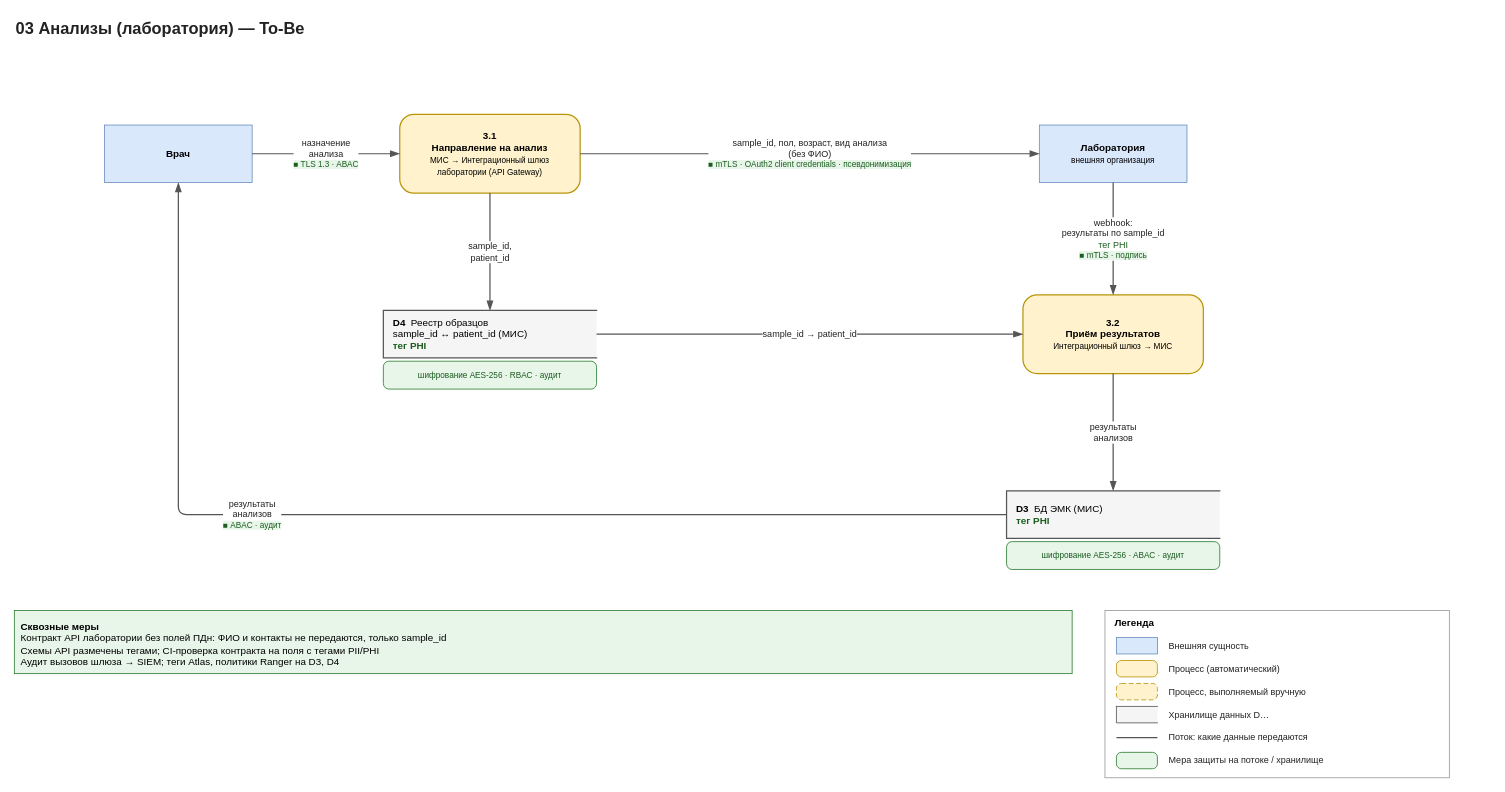
Before: page "To-Be" (2 of 2) of Task1/dfd/03-analizy.drawio in iudanet/architecture-medikamente, a draw.io diagram. Source tidied: cells renumbered, new cells numbered last; positions are measured from the earlier drawing's top-left corner, leaving out a move shared by most shapes. Both pictures are drawn from the tidied source at 82%, with x=0, y=0 at pixel (14, 14).
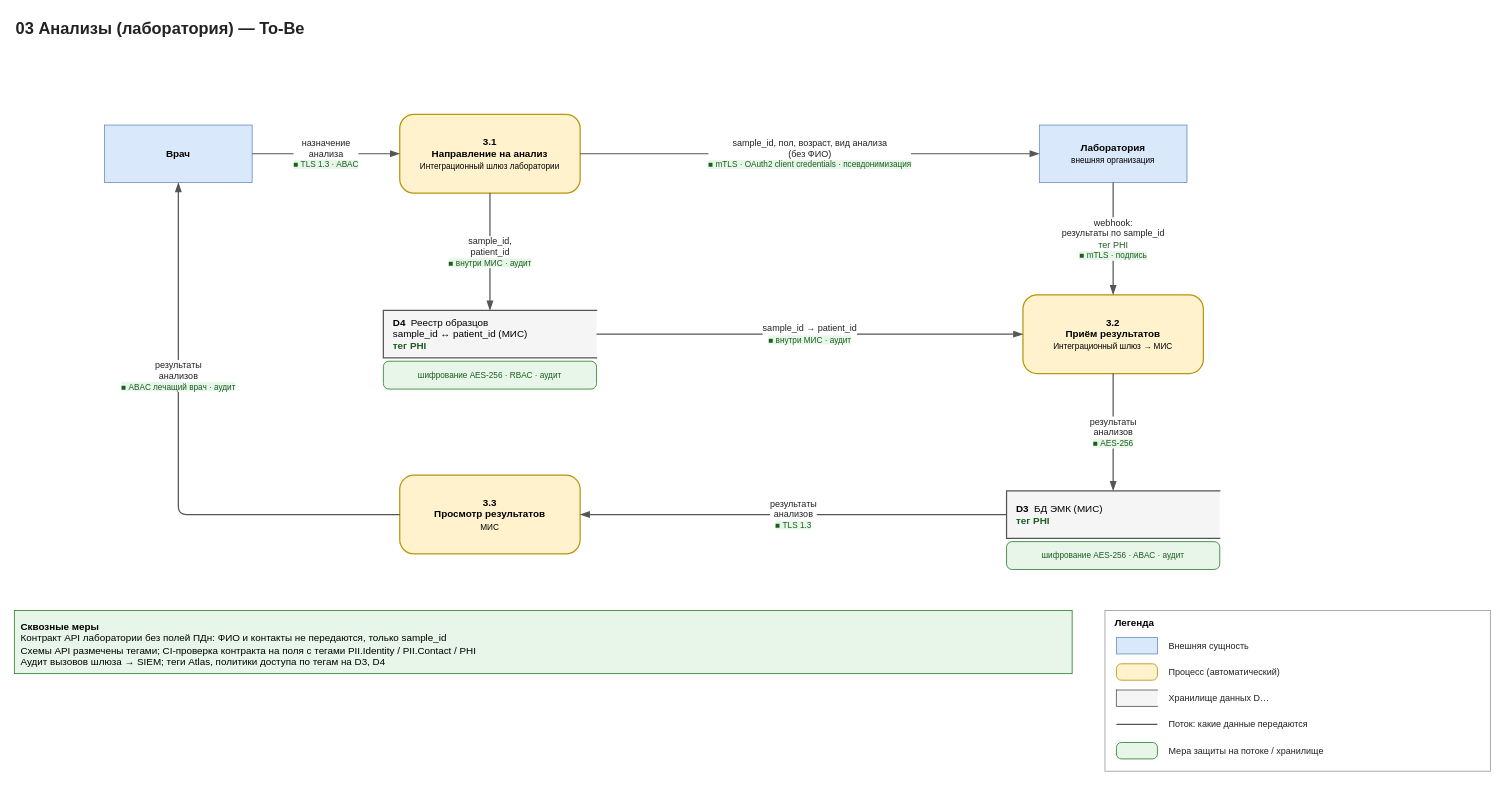
After the change.

The change refers to these unchanged cells:
```xml
<mxCell id="3" value="&lt;b&gt;Врач&lt;/b&gt;" style="rounded=0;whiteSpace=wrap;html=1;fillColor=#DAE8FC;strokeColor=#6C8EBF;fontSize=12;spacing=4;" parent="1" vertex="1">
  <mxGeometry x="110" y="135" width="180" height="70" as="geometry" />
</mxCell>
<mxCell id="6" value="&lt;b&gt;D4&lt;/b&gt;&amp;nbsp;&amp;nbsp;Реестр образцов&lt;br&gt;sample_id ↔ patient_id (МИС)&lt;br&gt;&lt;font color=&quot;#1B5E20&quot;&gt;&lt;b&gt;тег PHI&lt;/b&gt;&lt;/font&gt;" style="shape=partialRectangle;right=0;whiteSpace=wrap;html=1;fillColor=#F5F5F5;strokeColor=#555555;strokeWidth=1.5;fontSize=12;align=left;spacingLeft=10;" parent="1" vertex="1">
  <mxGeometry x="450" y="361" width="260" height="58" as="geometry" />
</mxCell>
<mxCell id="8" value="&lt;b&gt;3.2&lt;/b&gt;&lt;br&gt;&lt;b&gt;Приём результатов&lt;/b&gt;&lt;br&gt;&lt;span style=&quot;font-size:10px&quot;&gt;Интеграционный шлюз → МИС&lt;/span&gt;" style="rounded=1;arcSize=18;whiteSpace=wrap;html=1;fillColor=#FFF2CC;strokeColor=#B7950B;strokeWidth=1.5;fontSize=12;spacing=4;" parent="1" vertex="1">
  <mxGeometry x="1230" y="342" width="220" height="96" as="geometry" />
</mxCell>
<mxCell id="9" value="&lt;b&gt;D3&lt;/b&gt;&amp;nbsp;&amp;nbsp;БД ЭМК (МИС)&lt;br&gt;&lt;font color=&quot;#1B5E20&quot;&gt;&lt;b&gt;тег PHI&lt;/b&gt;&lt;/font&gt;" style="shape=partialRectangle;right=0;whiteSpace=wrap;html=1;fillColor=#F5F5F5;strokeColor=#555555;strokeWidth=1.5;fontSize=12;align=left;spacingLeft=10;" parent="1" vertex="1">
  <mxGeometry x="1210" y="581" width="260" height="58" as="geometry" />
</mxCell>
```

Diff of the diagram source:
```diff
@@
-    <mxCell id="4" value="&lt;b&gt;3.1&lt;/b&gt;&lt;br&gt;&lt;b&gt;Направление на анализ&lt;/b&gt;&lt;br&gt;&lt;span style=&quot;font-size:10px&quot;&gt;МИС → Интеграционный шлюз&lt;br&gt;лаборатории (API Gateway)&lt;/span&gt;" style="rounded=1;arcSize=18;whiteSpace=wrap;html=1;fillColor=#FFF2CC;strokeColor=#B7950B;strokeWidth=1.5;fontSize=12;spacing=4;" parent="1" vertex="1">
+    <mxCell id="4" value="&lt;b&gt;3.1&lt;/b&gt;&lt;br&gt;&lt;b&gt;Направление на анализ&lt;/b&gt;&lt;br&gt;&lt;span style=&quot;font-size:10px&quot;&gt;Интеграционный шлюз лаборатории&lt;/span&gt;" style="rounded=1;arcSize=18;whiteSpace=wrap;html=1;fillColor=#FFF2CC;strokeColor=#B7950B;strokeWidth=1.5;fontSize=12;spacing=4;" parent="1" vertex="1">
       <mxGeometry x="470" y="122" width="220" height="96" as="geometry" />
     </mxCell>
@@
-    <mxCell id="13" value="sample_id,&lt;br&gt;patient_id" style="edgeStyle=orthogonalEdgeStyle;rounded=1;html=1;endArrow=blockThin;endFill=1;endSize=8;strokeColor=#555555;strokeWidth=1.5;fontSize=11;fontColor=#222222;labelBackgroundColor=#FFFFFF;jumpStyle=arc;jumpSize=10;" parent="1" edge="1" source="4" target="6">
+    <mxCell id="13" value="sample_id,&lt;br&gt;patient_id&lt;br&gt;&lt;span style=&quot;color:#1B5E20;background-color:#E8F5E9;font-size:10px;&quot;&gt;&amp;#9632; внутри МИС · аудит&lt;/span&gt;" style="edgeStyle=orthogonalEdgeStyle;rounded=1;html=1;endArrow=blockThin;endFill=1;endSize=8;strokeColor=#555555;strokeWidth=1.5;fontSize=11;fontColor=#222222;labelBackgroundColor=#FFFFFF;jumpStyle=arc;jumpSize=10;" parent="1" edge="1" source="4" target="6">
       <mxGeometry relative="1" as="geometry" />
     </mxCell>
@@
-    <mxCell id="15" value="sample_id → patient_id" style="edgeStyle=orthogonalEdgeStyle;rounded=1;html=1;endArrow=blockThin;endFill=1;endSize=8;strokeColor=#555555;strokeWidth=1.5;fontSize=11;fontColor=#222222;labelBackgroundColor=#FFFFFF;jumpStyle=arc;jumpSize=10;" parent="1" edge="1" source="6" target="8">
+    <mxCell id="15" value="sample_id → patient_id&lt;br&gt;&lt;span style=&quot;color:#1B5E20;background-color:#E8F5E9;font-size:10px;&quot;&gt;&amp;#9632; внутри МИС · аудит&lt;/span&gt;" style="edgeStyle=orthogonalEdgeStyle;rounded=1;html=1;endArrow=blockThin;endFill=1;endSize=8;strokeColor=#555555;strokeWidth=1.5;fontSize=11;fontColor=#222222;labelBackgroundColor=#FFFFFF;jumpStyle=arc;jumpSize=10;" parent="1" edge="1" source="6" target="8">
       <mxGeometry relative="1" as="geometry" />
     </mxCell>
-    <mxCell id="16" value="результаты&lt;br&gt;анализов" style="edgeStyle=orthogonalEdgeStyle;rounded=1;html=1;endArrow=blockThin;endFill=1;endSize=8;strokeColor=#555555;strokeWidth=1.5;fontSize=11;fontColor=#222222;labelBackgroundColor=#FFFFFF;jumpStyle=arc;jumpSize=10;" parent="1" edge="1" source="8" target="9">
+    <mxCell id="16" value="результаты&lt;br&gt;анализов&lt;br&gt;&lt;span style=&quot;color:#1B5E20;background-color:#E8F5E9;font-size:10px;&quot;&gt;&amp;#9632; AES-256&lt;/span&gt;" style="edgeStyle=orthogonalEdgeStyle;rounded=1;html=1;endArrow=blockThin;endFill=1;endSize=8;strokeColor=#555555;strokeWidth=1.5;fontSize=11;fontColor=#222222;labelBackgroundColor=#FFFFFF;jumpStyle=arc;jumpSize=10;" parent="1" edge="1" source="8" target="9">
       <mxGeometry relative="1" as="geometry" />
     </mxCell>
+    <mxCell id="32" value="&lt;b&gt;3.3&lt;/b&gt;&lt;br&gt;&lt;b&gt;Просмотр результатов&lt;/b&gt;&lt;br&gt;&lt;span style=&quot;font-size:10px&quot;&gt;МИС&lt;/span&gt;" style="rounded=1;arcSize=18;whiteSpace=wrap;html=1;fillColor=#FFF2CC;strokeColor=#B7950B;strokeWidth=1.5;fontSize=12;spacing=4;" parent="1" vertex="1">
+      <mxGeometry x="470" y="562" width="220" height="96" as="geometry" />
+    </mxCell>
-    <mxCell id="17" value="результаты&lt;br&gt;анализов&lt;br&gt;&lt;span style=&quot;color:#1B5E20;background-color:#E8F5E9;font-size:10px;&quot;&gt;&amp;#9632; ABAC · аудит&lt;/span&gt;" style="edgeStyle=orthogonalEdgeStyle;rounded=1;html=1;endArrow=blockThin;endFill=1;endSize=8;strokeColor=#555555;strokeWidth=1.5;fontSize=11;fontColor=#222222;labelBackgroundColor=#FFFFFF;jumpStyle=arc;jumpSize=10;exitX=0;exitY=0.5;exitDx=0;exitDy=0;entryX=0.5;entryY=1;entryDx=0;entryDy=0;" parent="1" edge="1" source="9" target="3">
-      <mxGeometry x="0.3" relative="1" as="geometry">
-        <Array as="points">
-          <mxPoint x="200" y="610" />
-        </Array>
-      </mxGeometry>
+    <mxCell id="17" value="результаты&lt;br&gt;анализов&lt;br&gt;&lt;span style=&quot;color:#1B5E20;background-color:#E8F5E9;font-size:10px;&quot;&gt;&amp;#9632; TLS 1.3&lt;/span&gt;" style="edgeStyle=orthogonalEdgeStyle;rounded=1;html=1;endArrow=blockThin;endFill=1;endSize=8;strokeColor=#555555;strokeWidth=1.5;fontSize=11;fontColor=#222222;labelBackgroundColor=#FFFFFF;jumpStyle=arc;jumpSize=10;" parent="1" edge="1" source="9" target="32">
+      <mxGeometry relative="1" as="geometry" />
     </mxCell>
-    <mxCell id="18" value="&lt;b&gt;Сквозные меры&lt;/b&gt;&lt;br&gt;Контракт API лаборатории без полей ПДн: ФИО и контакты не передаются, только sample_id&lt;br&gt;Схемы API размечены тегами; CI-проверка контракта на поля с тегами PII/PHI&lt;br&gt;Аудит вызовов шлюза → SIEM; теги Atlas, политики Ranger на D3, D4" style="rounded=0;whiteSpace=wrap;html=1;fillColor=#E8F5E9;strokeColor=#2E7D32;fontSize=12;align=left;verticalAlign=top;spacing=8;" parent="1" vertex="1">
-      <mxGeometry y="727" width="1290" height="77" as="geometry" />
-    </mxCell>
+    <mxCell id="33" value="результаты&lt;br&gt;анализов&lt;br&gt;&lt;span style=&quot;color:#1B5E20;background-color:#E8F5E9;font-size:10px;&quot;&gt;&amp;#9632; ABAC лечащий врач · аудит&lt;/span&gt;" style="edgeStyle=orthogonalEdgeStyle;rounded=1;html=1;endArrow=blockThin;endFill=1;endSize=8;strokeColor=#555555;strokeWidth=1.5;fontSize=11;fontColor=#222222;labelBackgroundColor=#FFFFFF;jumpStyle=arc;jumpSize=10;exitX=0;exitY=0.5;exitDx=0;exitDy=0;entryX=0.5;entryY=1;entryDx=0;entryDy=0;" parent="1" edge="1" source="32" target="3">
+      <mxGeometry x="0.3" relative="1" as="geometry">
+        <Array as="points">
+          <mxPoint x="200" y="610" />
+        </Array>
+      </mxGeometry>
+    </mxCell>
+    <mxCell id="34" value="&lt;b&gt;Сквозные меры&lt;/b&gt;&lt;br&gt;Контракт API лаборатории без полей ПДн: ФИО и контакты не передаются, только sample_id&lt;br&gt;Схемы API размечены тегами; CI-проверка контракта на поля с тегами PII.Identity / PII.Contact / PHI&lt;br&gt;Аудит вызовов шлюза → SIEM; теги Atlas, политики доступа по тегам на D3, D4" style="rounded=0;whiteSpace=wrap;html=1;fillColor=#E8F5E9;strokeColor=#2E7D32;fontSize=12;align=left;verticalAlign=top;spacing=8;" parent="1" vertex="1">
+      <mxGeometry y="727" width="1290" height="77" as="geometry" />
+    </mxCell>
     <mxCell id="19" value="&lt;b&gt;Легенда&lt;/b&gt;" style="rounded=0;whiteSpace=wrap;html=1;fillColor=#FFFFFF;strokeColor=#999999;align=left;verticalAlign=top;spacingLeft=10;spacingTop=2;fontSize=12;" parent="1" vertex="1">
-      <mxGeometry x="1330" y="727" width="420" height="204" as="geometry" />
+      <mxGeometry x="1330" y="727" width="470" height="196" as="geometry" />
     </mxCell>
@@
     <mxCell id="21" value="Внешняя сущность" style="text;html=1;whiteSpace=wrap;align=left;verticalAlign=middle;fontSize=11;fontColor=#222222;" parent="1" vertex="1">
-      <mxGeometry x="1406" y="757" width="336" height="26" as="geometry" />
+      <mxGeometry x="1406" y="755" width="386" height="30" as="geometry" />
     </mxCell>
-    <mxCell id="22" style="rounded=1;arcSize=30;html=1;fillColor=#FFF2CC;strokeColor=#B7950B;" parent="1" vertex="1">
-      <mxGeometry x="1344" y="788" width="50" height="20" as="geometry" />
-    </mxCell>
+    <mxCell id="35" style="rounded=1;arcSize=30;html=1;fillColor=#FFF2CC;strokeColor=#B7950B;" parent="1" vertex="1">
+      <mxGeometry x="1344" y="792" width="50" height="20" as="geometry" />
+    </mxCell>
     <mxCell id="23" value="Процесс (автоматический)" style="text;html=1;whiteSpace=wrap;align=left;verticalAlign=middle;fontSize=11;fontColor=#222222;" parent="1" vertex="1">
-      <mxGeometry x="1406" y="785" width="336" height="26" as="geometry" />
+      <mxGeometry x="1406" y="787" width="386" height="30" as="geometry" />
     </mxCell>
-    <mxCell id="24" style="rounded=1;arcSize=30;html=1;fillColor=#FFF2CC;strokeColor=#B7950B;dashed=1;dashPattern=6 3;" parent="1" vertex="1">
-      <mxGeometry x="1344" y="816" width="50" height="20" as="geometry" />
-    </mxCell>
-    <mxCell id="25" value="Процесс, выполняемый вручную" style="text;html=1;whiteSpace=wrap;align=left;verticalAlign=middle;fontSize=11;fontColor=#222222;" parent="1" vertex="1">
-      <mxGeometry x="1406" y="813" width="336" height="26" as="geometry" />
-    </mxCell>
-    <mxCell id="26" style="shape=partialRectangle;right=0;html=1;fillColor=#F5F5F5;strokeColor=#555555;" parent="1" vertex="1">
-      <mxGeometry x="1344" y="844" width="50" height="20" as="geometry" />
-    </mxCell>
+    <mxCell id="36" style="shape=partialRectangle;right=0;html=1;fillColor=#F5F5F5;strokeColor=#555555;" parent="1" vertex="1">
+      <mxGeometry x="1344" y="824" width="50" height="20" as="geometry" />
+    </mxCell>
     <mxCell id="27" value="Хранилище данных D…" style="text;html=1;whiteSpace=wrap;align=left;verticalAlign=middle;fontSize=11;fontColor=#222222;" parent="1" vertex="1">
-      <mxGeometry x="1406" y="841" width="336" height="26" as="geometry" />
+      <mxGeometry x="1406" y="819" width="386" height="30" as="geometry" />
     </mxCell>
-    <mxCell id="28" style="shape=line;html=1;strokeColor=#555555;strokeWidth=1.5;" parent="1" vertex="1">
-      <mxGeometry x="1344" y="876" width="50" height="12" as="geometry" />
-    </mxCell>
+    <mxCell id="37" style="shape=line;html=1;strokeColor=#555555;strokeWidth=1.5;" parent="1" vertex="1">
+      <mxGeometry x="1344" y="860" width="50" height="12" as="geometry" />
+    </mxCell>
     <mxCell id="29" value="Поток: какие данные передаются" style="text;html=1;whiteSpace=wrap;align=left;verticalAlign=middle;fontSize=11;fontColor=#222222;" parent="1" vertex="1">
-      <mxGeometry x="1406" y="869" width="336" height="26" as="geometry" />
+      <mxGeometry x="1406" y="851" width="386" height="30" as="geometry" />
     </mxCell>
-    <mxCell id="30" style="rounded=1;arcSize=30;html=1;fillColor=#E8F5E9;strokeColor=#2E7D32;" parent="1" vertex="1">
-      <mxGeometry x="1344" y="900" width="50" height="20" as="geometry" />
-    </mxCell>
+    <mxCell id="38" style="rounded=1;arcSize=30;html=1;fillColor=#E8F5E9;strokeColor=#2E7D32;" parent="1" vertex="1">
+      <mxGeometry x="1344" y="888" width="50" height="20" as="geometry" />
+    </mxCell>
     <mxCell id="31" value="Мера защиты на потоке / хранилище" style="text;html=1;whiteSpace=wrap;align=left;verticalAlign=middle;fontSize=11;fontColor=#222222;" parent="1" vertex="1">
-      <mxGeometry x="1406" y="897" width="336" height="26" as="geometry" />
+      <mxGeometry x="1406" y="883" width="386" height="30" as="geometry" />
     </mxCell>
```
